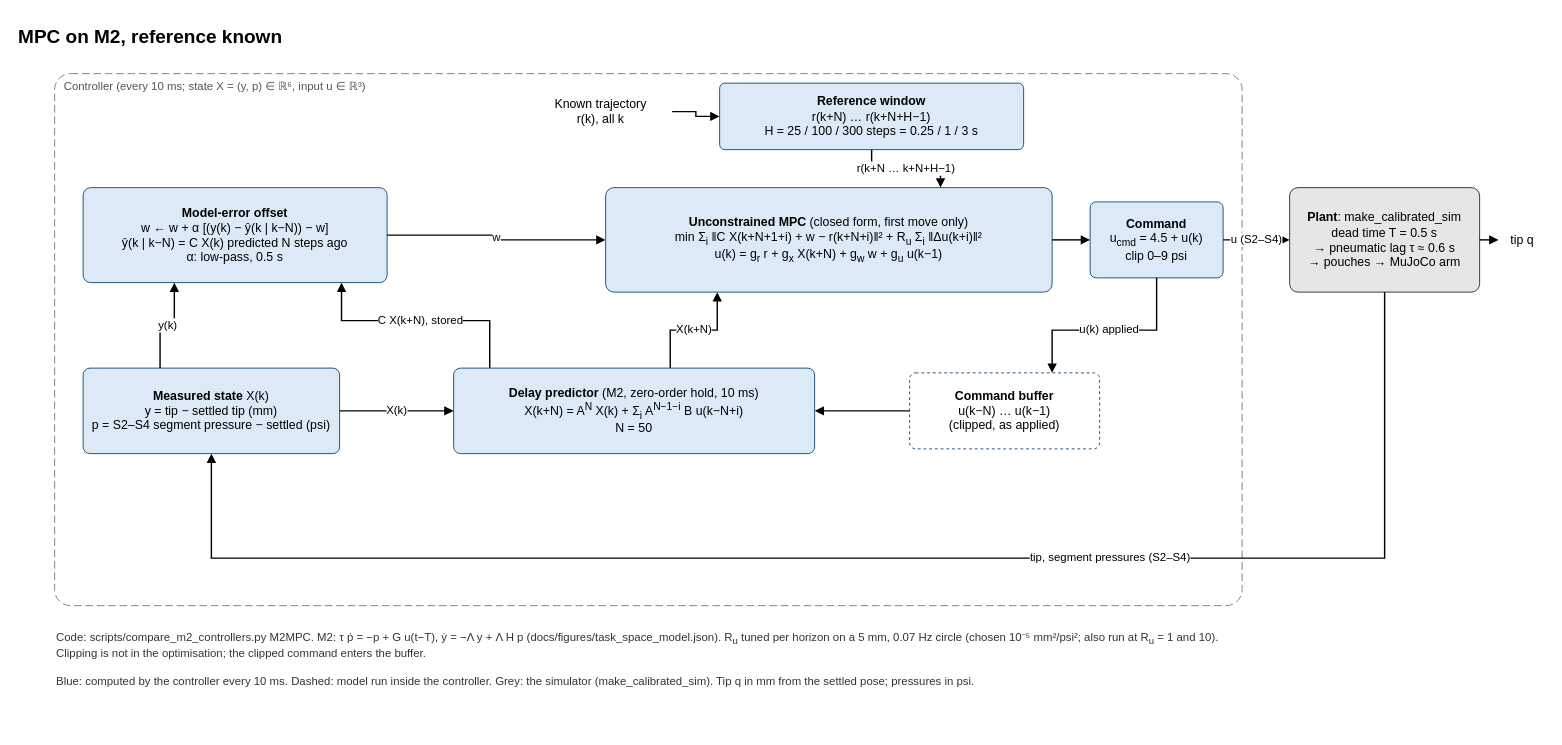
Earlier version of the draw.io diagram page "MPC on M2" (3 of 4) of docs/diagrams/controllers.drawio (ibraheem-111/soft-pneumatic-arm-control). Source tidied: cells renumbered, new cells numbered last; positions are measured from the earlier drawing's top-left corner, leaving out a move shared by most shapes. Both pictures are drawn from the tidied source at 95%, with x=0, y=0 at pixel (16, 16).
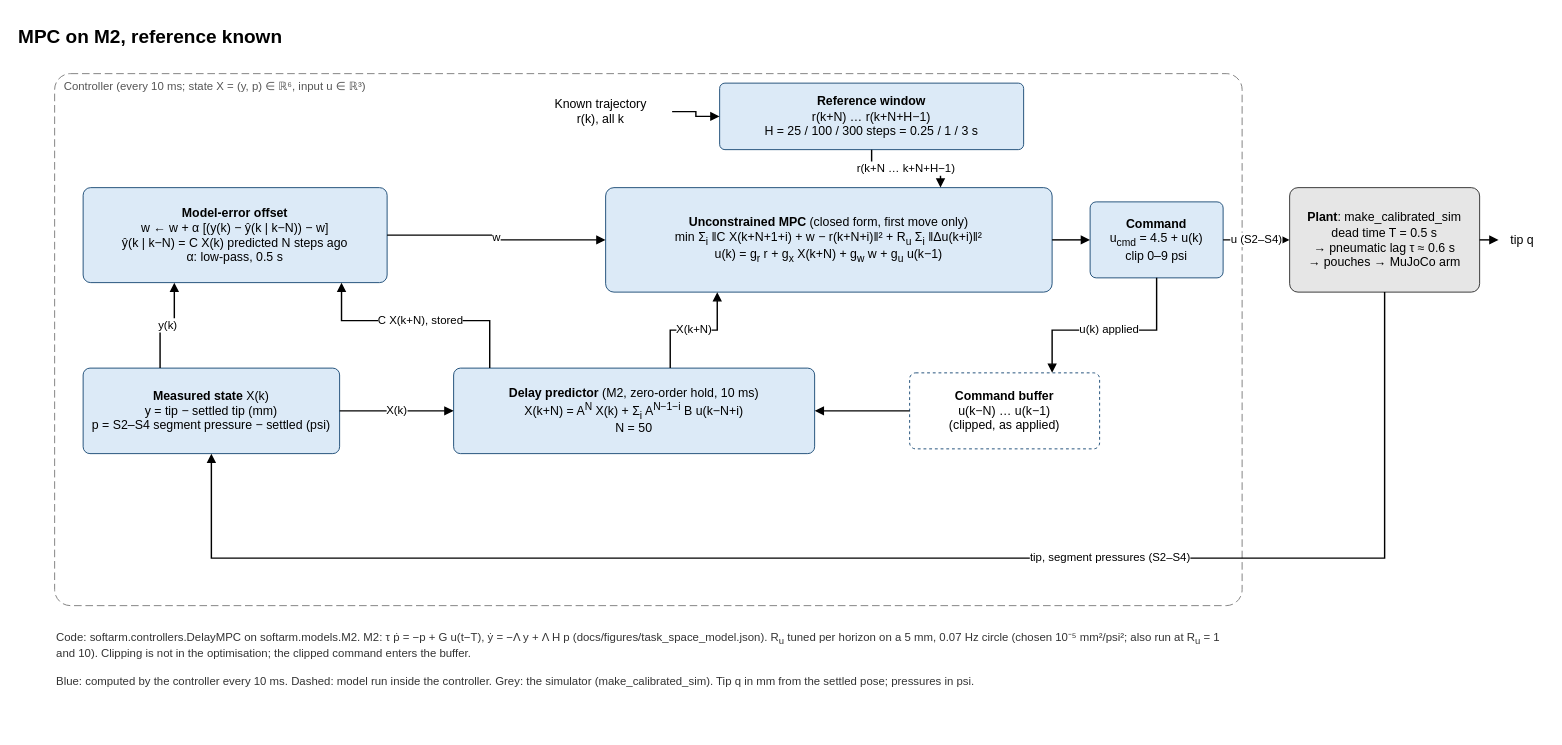
Above is the later version.

What changed in the source:
```diff
@@
-    <mxCell id="27" value="Code: scripts/compare_m2_controllers.py M2MPC. M2: τ ṗ = −p + G u(t−T), ẏ = −Λ y + Λ H p (docs/figures/task_space_model.json). R&lt;sub&gt;u&lt;/sub&gt; tuned per horizon on a 5 mm, 0.07 Hz circle (chosen 10⁻⁵ mm²/psi²; also run at R&lt;sub&gt;u&lt;/sub&gt; = 1 and 10). Clipping is not in the optimisation; the clipped command enters the buffer.&lt;br&gt;&lt;br&gt;Blue: computed by the controller every 10 ms. Dashed: model run inside the controller. Grey: the simulator (make_calibrated_sim). Tip q in mm from the settled pose; pressures in psi." style="text;html=1;whiteSpace=wrap;align=left;verticalAlign=top;fontSize=12;fontColor=#333333;" parent="1" vertex="1">
+    <mxCell id="27" value="Code: softarm.controllers.DelayMPC on softarm.models.M2. M2: τ ṗ = −p + G u(t−T), ẏ = −Λ y + Λ H p (docs/figures/task_space_model.json). R&lt;sub&gt;u&lt;/sub&gt; tuned per horizon on a 5 mm, 0.07 Hz circle (chosen 10⁻⁵ mm²/psi²; also run at R&lt;sub&gt;u&lt;/sub&gt; = 1 and 10). Clipping is not in the optimisation; the clipped command enters the buffer.&lt;br&gt;&lt;br&gt;Blue: computed by the controller every 10 ms. Dashed: model run inside the controller. Grey: the simulator (make_calibrated_sim). Tip q in mm from the settled pose; pressures in psi." style="text;html=1;whiteSpace=wrap;align=left;verticalAlign=top;fontSize=12;fontColor=#333333;" parent="1" vertex="1">
       <mxGeometry x="40" y="640" width="1250" height="110" as="geometry" />
     </mxCell>
```
